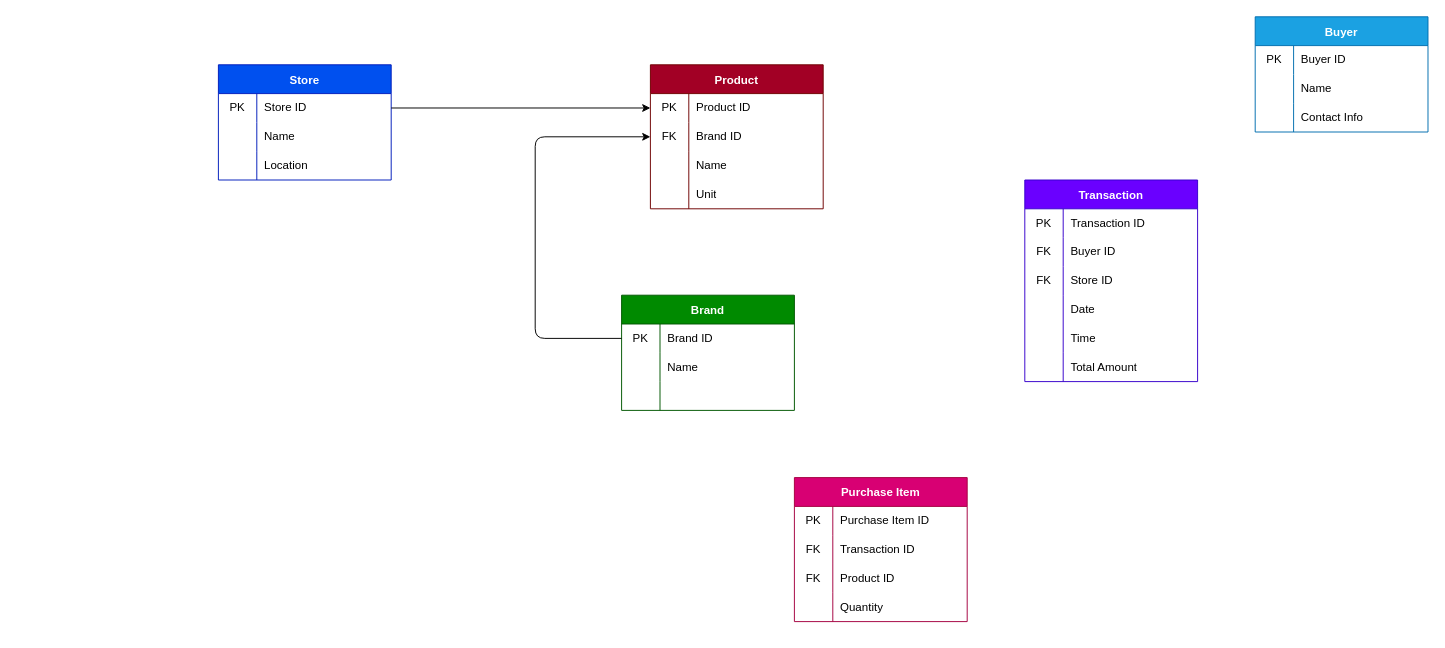
Above: page "Store" (2 of 2) of HW11/Q1/Q1.dio in HosseinTahami/HW-98 (draw.io), before the change. Source tidied: cells renumbered, new cells numbered last; positions are measured from the earlier drawing's top-left corner, leaving out a move shared by most shapes. Both pictures are drawn from the tidied source at 96%, with x=0, y=0 at pixel (218, 16).
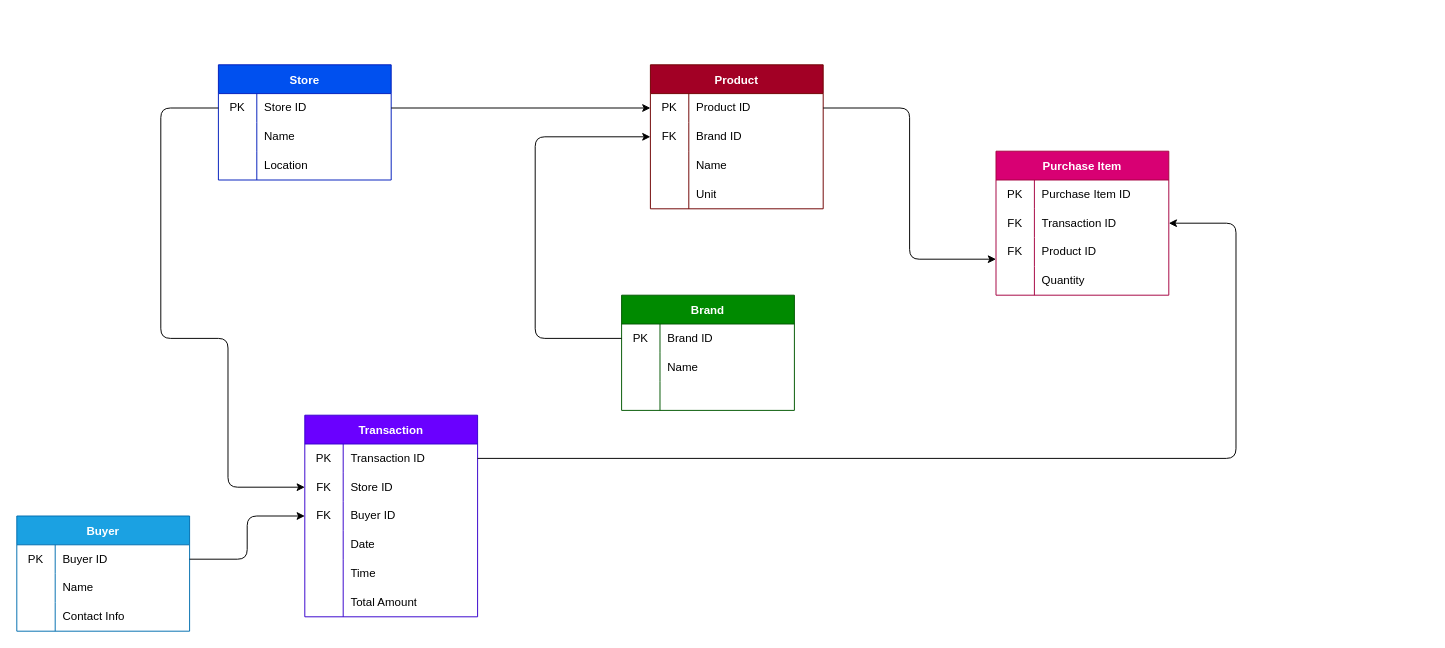
After the change.

Commit message:
HW11, Q1 is Done but can get better

Unchanged cells that the change refers to:
```xml
<mxCell id="3" style="shape=tableRow;horizontal=0;startSize=0;swimlaneHead=0;swimlaneBody=0;top=0;left=0;bottom=0;right=0;fillColor=none;points=[[0,0.5],[1,0.5]];portConstraint=eastwest;" parent="2" vertex="1">
  <mxGeometry y="30" width="180" height="30" as="geometry" />
</mxCell>
<mxCell id="13" style="shape=tableRow;horizontal=0;startSize=0;swimlaneHead=0;swimlaneBody=0;top=0;left=0;bottom=0;right=0;fillColor=none;points=[[0,0.5],[1,0.5]];portConstraint=eastwest;" parent="12" vertex="1">
  <mxGeometry y="30" width="180" height="30" as="geometry" />
</mxCell>
<mxCell id="36" style="shape=tableRow;horizontal=0;startSize=0;swimlaneHead=0;swimlaneBody=0;top=0;left=0;bottom=0;right=0;fillColor=none;points=[[0,0.5],[1,0.5]];portConstraint=eastwest;" parent="35" vertex="1">
  <mxGeometry y="30" width="180" height="30" as="geometry" />
</mxCell>
<mxCell id="46" style="shape=tableRow;horizontal=0;startSize=0;swimlaneHead=0;swimlaneBody=0;top=0;left=0;bottom=0;right=0;fillColor=none;points=[[0,0.5],[1,0.5]];portConstraint=eastwest;" parent="45" vertex="1">
  <mxGeometry y="30" width="180" height="30" as="geometry" />
</mxCell>
<mxCell id="68" style="shape=tableRow;horizontal=0;startSize=0;swimlaneHead=0;swimlaneBody=0;top=0;left=0;bottom=0;right=0;fillColor=none;points=[[0,0.5],[1,0.5]];portConstraint=eastwest;" parent="64" vertex="1">
  <mxGeometry y="60" width="180" height="30" as="geometry" />
</mxCell>
```

The edit, as a diff of the source:
```diff
@@
     <mxCell id="35" value="Buyer" style="shape=table;startSize=30;childLayout=tableLayout;rowLines=0;fontStyle=1;fillColor=#1ba1e2;fontColor=#ffffff;strokeColor=#006EAF;" parent="1" vertex="1">
-      <mxGeometry x="1080" width="180" height="120" as="geometry" />
+      <mxGeometry x="-210" y="520" width="180" height="120" as="geometry" />
     </mxCell>
@@
     <mxCell id="45" value="Transaction" style="shape=table;startSize=30;childLayout=tableLayout;rowLines=0;fontStyle=1;fillColor=#6a00ff;fontColor=#ffffff;strokeColor=#3700CC;" parent="1" vertex="1">
-      <mxGeometry x="840" y="170" width="180" height="210" as="geometry" />
+      <mxGeometry x="90" y="415" width="180" height="210" as="geometry" />
     </mxCell>
@@
+    <mxCell id="52" style="shape=tableRow;horizontal=0;startSize=0;swimlaneHead=0;swimlaneBody=0;top=0;left=0;bottom=0;right=0;fillColor=none;points=[[0,0.5],[1,0.5]];portConstraint=eastwest;" parent="45" vertex="1">
+      <mxGeometry y="60" width="180" height="30" as="geometry" />
+    </mxCell>
+    <mxCell id="53" value="FK" style="shape=partialRectangle;html=1;whiteSpace=wrap;fillColor=none;top=0;left=0;bottom=0;right=0;overflow=hidden;" parent="52" vertex="1">
+      <mxGeometry width="40" height="30" as="geometry" />
+    </mxCell>
+    <mxCell id="54" value="Store ID" style="shape=partialRectangle;html=1;whiteSpace=wrap;fillColor=none;top=0;left=0;bottom=0;right=0;align=left;spacingLeft=6;overflow=hidden;" parent="52" vertex="1">
+      <mxGeometry x="40" width="140" height="30" as="geometry" />
+    </mxCell>
     <mxCell id="49" style="shape=tableRow;horizontal=0;startSize=0;swimlaneHead=0;swimlaneBody=0;top=0;left=0;bottom=0;right=0;fillColor=none;points=[[0,0.5],[1,0.5]];portConstraint=eastwest;" parent="45" vertex="1">
-      <mxGeometry y="60" width="180" height="30" as="geometry" />
+      <mxGeometry y="90" width="180" height="30" as="geometry" />
     </mxCell>
@@
-    <mxCell id="52" style="shape=tableRow;horizontal=0;startSize=0;swimlaneHead=0;swimlaneBody=0;top=0;left=0;bottom=0;right=0;fillColor=none;points=[[0,0.5],[1,0.5]];portConstraint=eastwest;" parent="45" vertex="1">
-      <mxGeometry y="90" width="180" height="30" as="geometry" />
-    </mxCell>
-    <mxCell id="53" value="FK" style="shape=partialRectangle;html=1;whiteSpace=wrap;fillColor=none;top=0;left=0;bottom=0;right=0;overflow=hidden;" parent="52" vertex="1">
-      <mxGeometry width="40" height="30" as="geometry" />
-    </mxCell>
-    <mxCell id="54" value="Store ID" style="shape=partialRectangle;html=1;whiteSpace=wrap;fillColor=none;top=0;left=0;bottom=0;right=0;align=left;spacingLeft=6;overflow=hidden;" parent="52" vertex="1">
-      <mxGeometry x="40" width="140" height="30" as="geometry" />
-    </mxCell>
@@
     <mxCell id="64" value="Purchase Item" style="shape=table;startSize=30;childLayout=tableLayout;rowLines=0;fontStyle=1;fillColor=#d80073;fontColor=#ffffff;strokeColor=#A50040;" parent="1" vertex="1">
-      <mxGeometry x="600" y="480" width="180" height="150" as="geometry" />
+      <mxGeometry x="810" y="140" width="180" height="150" as="geometry" />
     </mxCell>
@@
+    <mxCell id="79" style="edgeStyle=orthogonalEdgeStyle;html=1;exitX=1;exitY=0.5;exitDx=0;exitDy=0;entryX=0;entryY=0.5;entryDx=0;entryDy=0;" parent="1" edge="1" source="36" target="49">
+      <mxGeometry relative="1" as="geometry" />
+    </mxCell>
+    <mxCell id="80" style="edgeStyle=orthogonalEdgeStyle;html=1;exitX=0;exitY=0.5;exitDx=0;exitDy=0;entryX=0;entryY=0.5;entryDx=0;entryDy=0;" parent="1" edge="1" source="3" target="52">
+      <mxGeometry relative="1" as="geometry">
+        <Array as="points">
+          <mxPoint x="-60" y="95" />
+          <mxPoint x="-60" y="335" />
+          <mxPoint x="10" y="335" />
+          <mxPoint x="10" y="490" />
+        </Array>
+      </mxGeometry>
+    </mxCell>
+    <mxCell id="81" style="edgeStyle=orthogonalEdgeStyle;html=1;exitX=1;exitY=0.5;exitDx=0;exitDy=0;entryX=0;entryY=0.75;entryDx=0;entryDy=0;" parent="1" edge="1" source="13" target="64">
+      <mxGeometry relative="1" as="geometry" />
+    </mxCell>
+    <mxCell id="82" style="edgeStyle=orthogonalEdgeStyle;html=1;exitX=1;exitY=0.5;exitDx=0;exitDy=0;entryX=1;entryY=0.5;entryDx=0;entryDy=0;" parent="1" edge="1" source="46" target="68">
+      <mxGeometry relative="1" as="geometry">
+        <Array as="points">
+          <mxPoint x="1060" y="460" />
+          <mxPoint x="1060" y="215" />
+        </Array>
+      </mxGeometry>
+    </mxCell>
```
